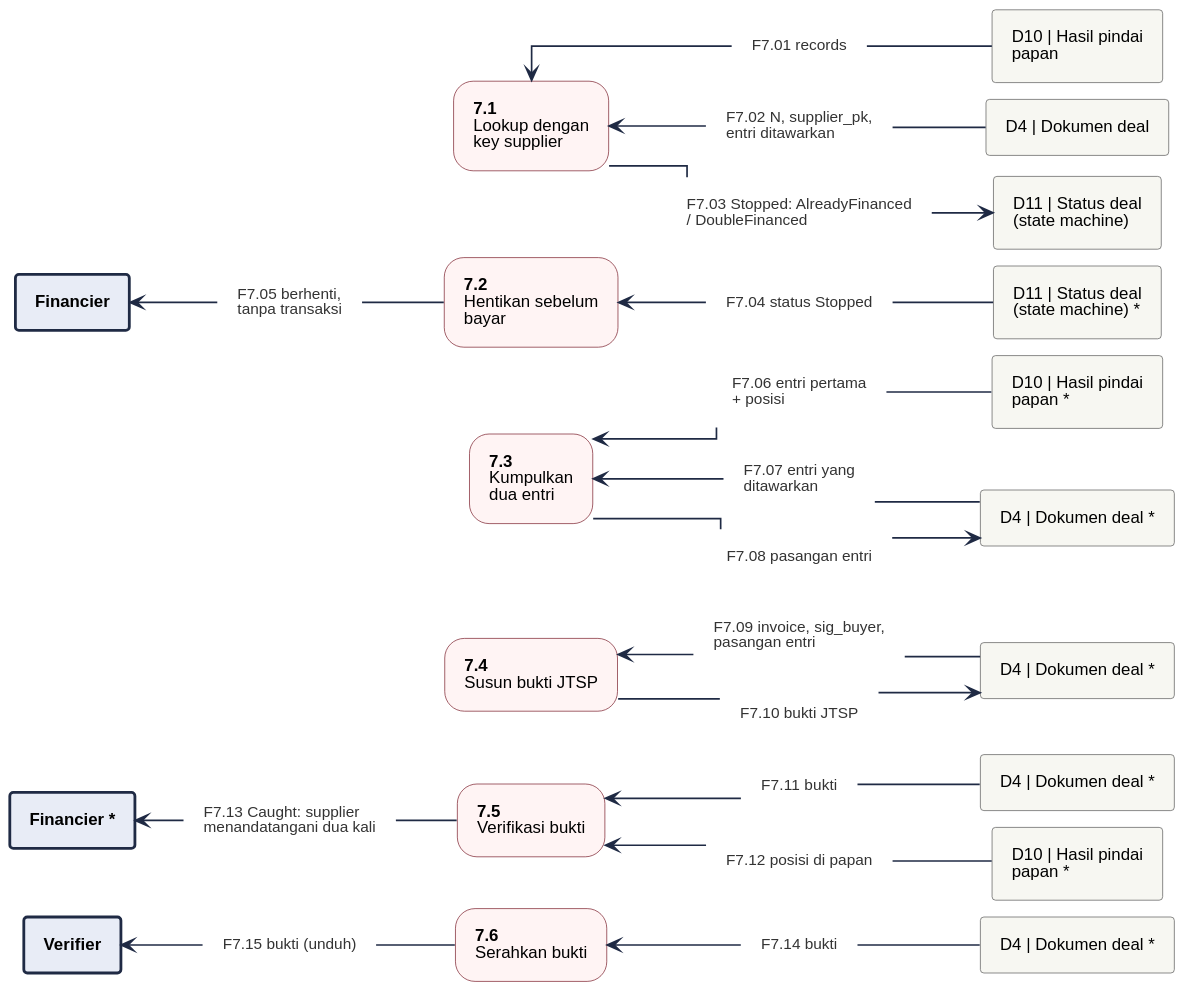
This is 08-FlowDiagrams/assets/dfd-2-7.svg from JitsuinFi/jitsuinfi-vault, a PlantUML export, as it was before one commit. The source it was exported from:
```plantuml
@startuml
!include dfd-style.iuml
left to right direction
skinparam nodesep 12
skinparam ranksep 35
rectangle "Verifier" <<entity>> as V_6
rectangle "D4 | Dokumen deal *" <<store>> as D4_6
rectangle "Financier *" <<entity>> as F_5
rectangle "D10 | Hasil pindai\npapan *" <<store>> as D10_5
rectangle "D4 | Dokumen deal *" <<store>> as D4_5
rectangle "D4 | Dokumen deal *" <<store>> as D4_4
rectangle "D4 | Dokumen deal *" <<store>> as D4_3
rectangle "D10 | Hasil pindai\npapan *" <<store>> as D10_3
rectangle "Financier" <<entity>> as F_2
rectangle "D11 | Status deal\n(state machine) *" <<store>> as D11_2
rectangle "D11 | Status deal\n(state machine)" <<store>> as D11_1
rectangle "D4 | Dokumen deal" <<store>> as D4_1
rectangle "D10 | Hasil pindai\npapan" <<store>> as D10_1
rectangle "**7.6**\nSerahkan bukti" <<process>> as P6
rectangle "**7.5**\nVerifikasi bukti" <<process>> as P5
rectangle "**7.4**\nSusun bukti JTSP" <<process>> as P4
rectangle "**7.3**\nKumpulkan\ndua entri" <<process>> as P3
rectangle "**7.2**\nHentikan sebelum\nbayar" <<process>> as P2
rectangle "**7.1**\nLookup dengan\nkey supplier" <<process>> as P1
rectangle "F7.01 records" <<flow>> as f_F7_01
rectangle "F7.02 N, supplier_pk,\nentri ditawarkan" <<flow>> as f_F7_02
rectangle "F7.03 Stopped: AlreadyFinanced\n/ DoubleFinanced" <<flow>> as f_F7_03
rectangle "F7.04 status Stopped" <<flow>> as f_F7_04
rectangle "F7.05 berhenti,\ntanpa transaksi" <<flow>> as f_F7_05
rectangle "F7.06 entri pertama\n+ posisi" <<flow>> as f_F7_06
rectangle "F7.07 entri yang\nditawarkan" <<flow>> as f_F7_07
rectangle "F7.08 pasangan entri" <<flow>> as f_F7_08
rectangle "F7.09 invoice, sig_buyer,\npasangan entri" <<flow>> as f_F7_09
rectangle "F7.10 bukti JTSP" <<flow>> as f_F7_10
rectangle "F7.11 bukti" <<flow>> as f_F7_11
rectangle "F7.12 posisi di papan" <<flow>> as f_F7_12
rectangle "F7.13 Caught: supplier\nmenandatangani dua kali" <<flow>> as f_F7_13
rectangle "F7.14 bukti" <<flow>> as f_F7_14
rectangle "F7.15 bukti (unduh)" <<flow>> as f_F7_15
P1 <-- f_F7_01
f_F7_01 -- D10_1
P1 <-- f_F7_02
f_F7_02 -- D4_1
P1 -- f_F7_03
f_F7_03 --> D11_1
P2 <-- f_F7_04
f_F7_04 -- D11_2
F_2 <-- f_F7_05
f_F7_05 -- P2
P3 <-- f_F7_06
f_F7_06 -- D10_3
P3 <-- f_F7_07
f_F7_07 -- D4_3
P3 -- f_F7_08
f_F7_08 --> D4_3
P4 <-- f_F7_09
f_F7_09 -- D4_4
P4 -- f_F7_10
f_F7_10 --> D4_4
P5 <-- f_F7_11
f_F7_11 -- D4_5
P5 <-- f_F7_12
f_F7_12 -- D10_5
F_5 <-- f_F7_13
f_F7_13 -- P5
P6 <-- f_F7_14
f_F7_14 -- D4_6
V_6 <-- f_F7_15
f_F7_15 -- P6
rectangle " " <<spacer>> as sp_P1_a
rectangle " " <<spacer>> as sp_P1_b
sp_P1_a -[hidden]- sp_P1_b
sp_P1_b -[hidden]- P1
rectangle " " <<spacer>> as sp_P3_a
rectangle " " <<spacer>> as sp_P3_b
sp_P3_a -[hidden]- sp_P3_b
sp_P3_b -[hidden]- P3
rectangle " " <<spacer>> as sp_P4_a
rectangle " " <<spacer>> as sp_P4_b
sp_P4_a -[hidden]- sp_P4_b
sp_P4_b -[hidden]- P4
@enduml
```
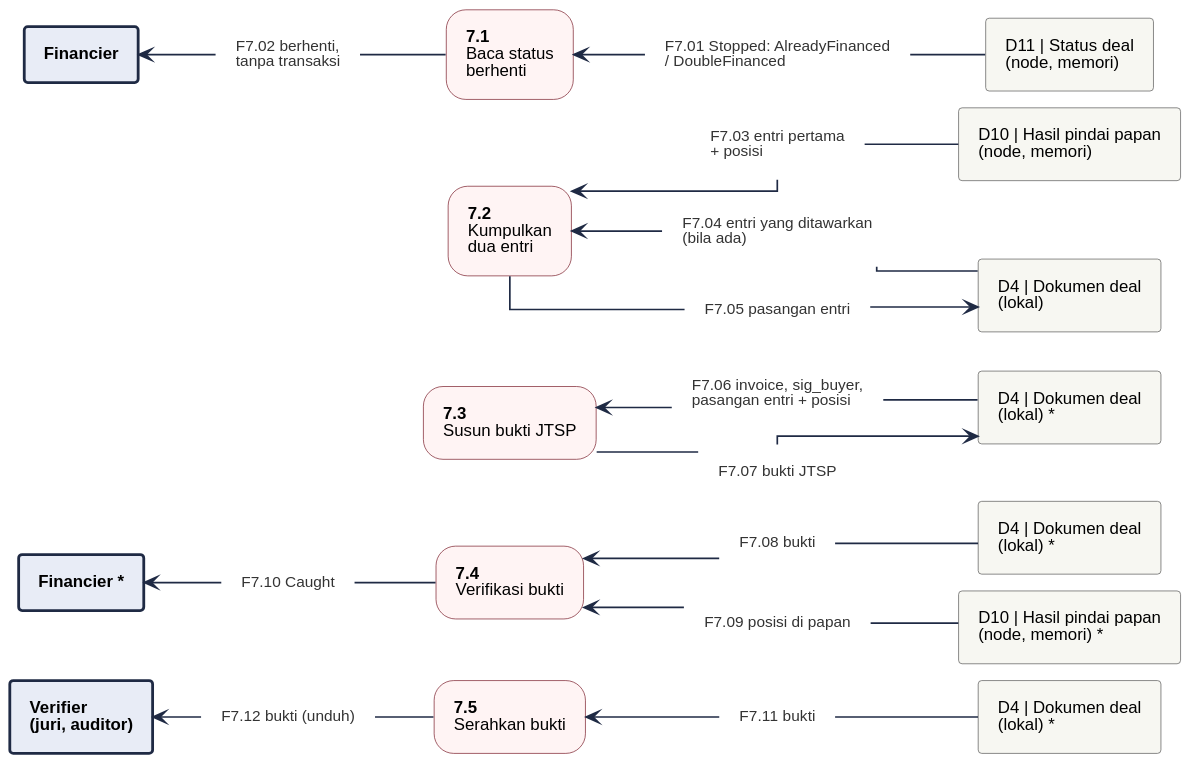
The same diagram one commit later.

Change to the diagram source:
```diff
@@ -3,80 +3,63 @@
 left to right direction
 skinparam nodesep 12
 skinparam ranksep 35
-rectangle "Verifier" <<entity>> as V_6
-rectangle "D4 | Dokumen deal *" <<store>> as D4_6
-rectangle "Financier *" <<entity>> as F_5
-rectangle "D10 | Hasil pindai\npapan *" <<store>> as D10_5
-rectangle "D4 | Dokumen deal *" <<store>> as D4_5
-rectangle "D4 | Dokumen deal *" <<store>> as D4_4
-rectangle "D4 | Dokumen deal *" <<store>> as D4_3
-rectangle "D10 | Hasil pindai\npapan *" <<store>> as D10_3
-rectangle "Financier" <<entity>> as F_2
-rectangle "D11 | Status deal\n(state machine) *" <<store>> as D11_2
-rectangle "D11 | Status deal\n(state machine)" <<store>> as D11_1
-rectangle "D4 | Dokumen deal" <<store>> as D4_1
-rectangle "D10 | Hasil pindai\npapan" <<store>> as D10_1
-rectangle "**7.6**\nSerahkan bukti" <<process>> as P6
-rectangle "**7.5**\nVerifikasi bukti" <<process>> as P5
-rectangle "**7.4**\nSusun bukti JTSP" <<process>> as P4
-rectangle "**7.3**\nKumpulkan\ndua entri" <<process>> as P3
-rectangle "**7.2**\nHentikan sebelum\nbayar" <<process>> as P2
-rectangle "**7.1**\nLookup dengan\nkey supplier" <<process>> as P1
-rectangle "F7.01 records" <<flow>> as f_F7_01
-rectangle "F7.02 N, supplier_pk,\nentri ditawarkan" <<flow>> as f_F7_02
-rectangle "F7.03 Stopped: AlreadyFinanced\n/ DoubleFinanced" <<flow>> as f_F7_03
-rectangle "F7.04 status Stopped" <<flow>> as f_F7_04
-rectangle "F7.05 berhenti,\ntanpa transaksi" <<flow>> as f_F7_05
-rectangle "F7.06 entri pertama\n+ posisi" <<flow>> as f_F7_06
-rectangle "F7.07 entri yang\nditawarkan" <<flow>> as f_F7_07
-rectangle "F7.08 pasangan entri" <<flow>> as f_F7_08
-rectangle "F7.09 invoice, sig_buyer,\npasangan entri" <<flow>> as f_F7_09
-rectangle "F7.10 bukti JTSP" <<flow>> as f_F7_10
+rectangle "Verifier\n(juri, auditor)" <<entity>> as V_5
+rectangle "D4 | Dokumen deal\n(lokal) *" <<store>> as D4_5
+rectangle "Financier *" <<entity>> as F_4
+rectangle "D10 | Hasil pindai papan\n(node, memori) *" <<store>> as D10_4
+rectangle "D4 | Dokumen deal\n(lokal) *" <<store>> as D4_4
+rectangle "D4 | Dokumen deal\n(lokal) *" <<store>> as D4_3
+rectangle "D4 | Dokumen deal\n(lokal)" <<store>> as D4_2
+rectangle "D10 | Hasil pindai papan\n(node, memori)" <<store>> as D10_2
+rectangle "Financier" <<entity>> as F_1
+rectangle "D11 | Status deal\n(node, memori)" <<store>> as D11_1
+rectangle "**7.5**\nSerahkan bukti" <<process>> as P5
+rectangle "**7.4**\nVerifikasi bukti" <<process>> as P4
+rectangle "**7.3**\nSusun bukti JTSP" <<process>> as P3
+rectangle "**7.2**\nKumpulkan\ndua entri" <<process>> as P2
+rectangle "**7.1**\nBaca status\nberhenti" <<process>> as P1
+rectangle "F7.01 Stopped: AlreadyFinanced\n/ DoubleFinanced" <<flow>> as f_F7_01
+rectangle "F7.02 berhenti,\ntanpa transaksi" <<flow>> as f_F7_02
+rectangle "F7.03 entri pertama\n+ posisi" <<flow>> as f_F7_03
+rectangle "F7.04 entri yang ditawarkan\n(bila ada)" <<flow>> as f_F7_04
+rectangle "F7.05 pasangan entri" <<flow>> as f_F7_05
+rectangle "F7.06 invoice, sig_buyer,\npasangan entri + posisi" <<flow>> as f_F7_06
+rectangle "F7.07 bukti JTSP" <<flow>> as f_F7_07
+rectangle "F7.08 bukti" <<flow>> as f_F7_08
+rectangle "F7.09 posisi di papan" <<flow>> as f_F7_09
+rectangle "F7.10 Caught" <<flow>> as f_F7_10
 rectangle "F7.11 bukti" <<flow>> as f_F7_11
-rectangle "F7.12 posisi di papan" <<flow>> as f_F7_12
-rectangle "F7.13 Caught: supplier\nmenandatangani dua kali" <<flow>> as f_F7_13
-rectangle "F7.14 bukti" <<flow>> as f_F7_14
-rectangle "F7.15 bukti (unduh)" <<flow>> as f_F7_15
+rectangle "F7.12 bukti (unduh)" <<flow>> as f_F7_12
 P1 <-- f_F7_01
-f_F7_01 -- D10_1
-P1 <-- f_F7_02
-f_F7_02 -- D4_1
-P1 -- f_F7_03
-f_F7_03 --> D11_1
+f_F7_01 -- D11_1
+F_1 <-- f_F7_02
+f_F7_02 -- P1
+P2 <-- f_F7_03
+f_F7_03 -- D10_2
 P2 <-- f_F7_04
-f_F7_04 -- D11_2
-F_2 <-- f_F7_05
-f_F7_05 -- P2
+f_F7_04 -- D4_2
+P2 -- f_F7_05
+f_F7_05 --> D4_2
 P3 <-- f_F7_06
-f_F7_06 -- D10_3
-P3 <-- f_F7_07
-f_F7_07 -- D4_3
-P3 -- f_F7_08
-f_F7_08 --> D4_3
+f_F7_06 -- D4_3
+P3 -- f_F7_07
+f_F7_07 --> D4_3
+P4 <-- f_F7_08
+f_F7_08 -- D4_4
 P4 <-- f_F7_09
-f_F7_09 -- D4_4
-P4 -- f_F7_10
-f_F7_10 --> D4_4
+f_F7_09 -- D10_4
+F_4 <-- f_F7_10
+f_F7_10 -- P4
 P5 <-- f_F7_11
 f_F7_11 -- D4_5
-P5 <-- f_F7_12
-f_F7_12 -- D10_5
-F_5 <-- f_F7_13
-f_F7_13 -- P5
-P6 <-- f_F7_14
-f_F7_14 -- D4_6
-V_6 <-- f_F7_15
-f_F7_15 -- P6
-rectangle " " <<spacer>> as sp_P1_a
-rectangle " " <<spacer>> as sp_P1_b
-sp_P1_a -[hidden]- sp_P1_b
-sp_P1_b -[hidden]- P1
+V_5 <-- f_F7_12
+f_F7_12 -- P5
+rectangle " " <<spacer>> as sp_P2_a
+rectangle " " <<spacer>> as sp_P2_b
+sp_P2_a -[hidden]- sp_P2_b
+sp_P2_b -[hidden]- P2
 rectangle " " <<spacer>> as sp_P3_a
 rectangle " " <<spacer>> as sp_P3_b
 sp_P3_a -[hidden]- sp_P3_b
 sp_P3_b -[hidden]- P3
-rectangle " " <<spacer>> as sp_P4_a
-rectangle " " <<spacer>> as sp_P4_b
-sp_P4_a -[hidden]- sp_P4_b
-sp_P4_b -[hidden]- P4
 @enduml
```
